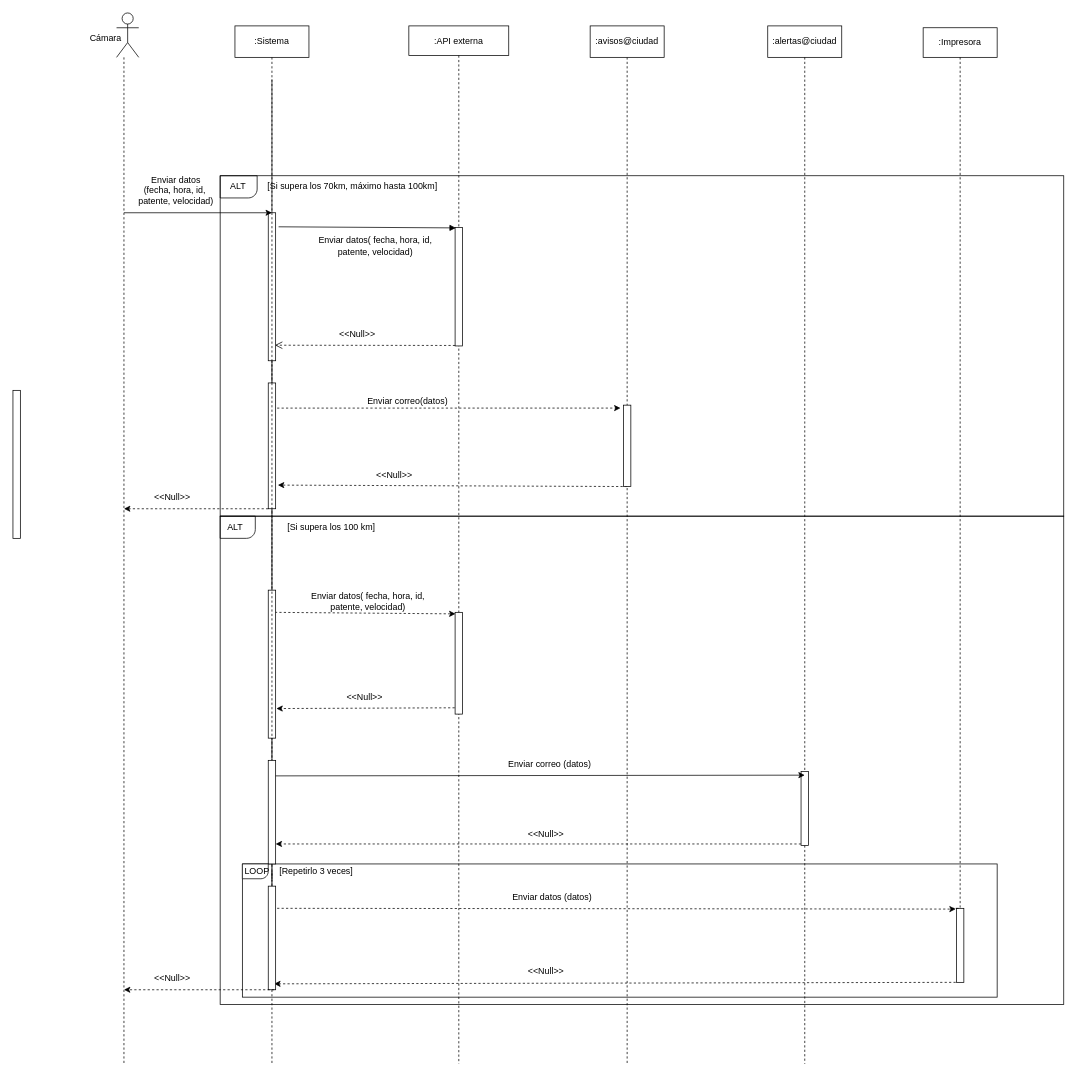
This is diagrama/Diagrama sin título.drawio from Tomas123-alt/izo-isw1-tpds, a draw.io file, before an edit. Source tidied: cells renumbered, new cells numbered last; positions are measured from the earlier drawing's top-left corner, leaving out a move shared by most shapes. Both pictures are drawn from the tidied source at 74%, with x=0, y=0 at pixel (13, 13).
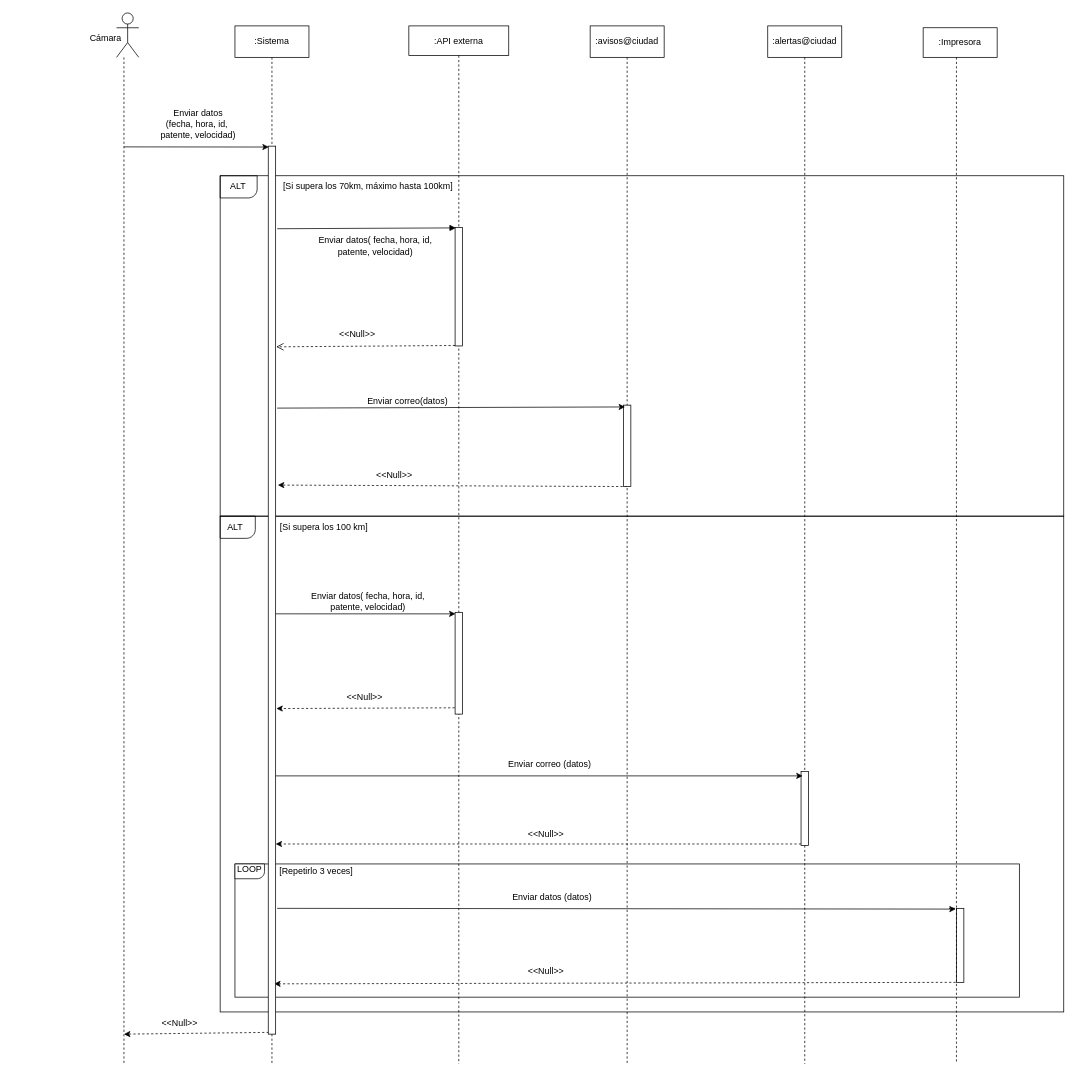
The same diagram, later.

The change refers to these unchanged cells:
```xml
<mxCell id="3" style="points=[];perimeter=orthogonalPerimeter;rounded=0;shadow=0;strokeWidth=1;" parent="2" vertex="1">
  <mxGeometry x="62.5" y="272.5" width="10" height="160" as="geometry" />
</mxCell>
<mxCell id="4" style="points=[];perimeter=orthogonalPerimeter;rounded=0;shadow=0;strokeWidth=1;" parent="2" vertex="1">
  <mxGeometry x="62.5" y="792.5" width="10" height="137.5" as="geometry" />
</mxCell>
<mxCell id="23" style="points=[];perimeter=orthogonalPerimeter;rounded=0;shadow=0;strokeWidth=1;" parent="1" vertex="1">
  <mxGeometry x="825" y="530" width="10" height="110" as="geometry" />
</mxCell>
<mxCell id="26" style="points=[];perimeter=orthogonalPerimeter;rounded=0;shadow=0;strokeWidth=1;" parent="1" vertex="1">
  <mxGeometry x="1065" y="1025" width="10" height="100" as="geometry" />
</mxCell>
<mxCell id="32" style="points=[];perimeter=orthogonalPerimeter;rounded=0;shadow=0;strokeWidth=1;" parent="1" vertex="1">
  <mxGeometry x="1275" y="1210" width="10" height="100" as="geometry" />
</mxCell>
<mxCell id="44" value=":Sistema" style="rounded=0;whiteSpace=wrap;html=1;arcSize=0;" parent="1" vertex="1">
  <mxGeometry x="300" y="17.5" width="100" height="42.5" as="geometry" />
</mxCell>
```

Change to the diagram source:
```diff
@@
-    <mxCell id="6" style="verticalAlign=bottom;endArrow=open;dashed=1;endSize=8;shadow=0;strokeWidth=1;entryX=0.9;entryY=0.895;entryDx=0;entryDy=0;entryPerimeter=0;exitX=0;exitY=0.996;exitDx=0;exitDy=0;exitPerimeter=0;fontSize=12;rounded=0;" parent="1" edge="1" source="3" target="45">
+    <mxCell id="6" style="verticalAlign=bottom;endArrow=open;dashed=1;endSize=8;shadow=0;strokeWidth=1;entryX=1.071;entryY=0.226;entryDx=0;entryDy=0;entryPerimeter=0;exitX=0;exitY=0.996;exitDx=0;exitDy=0;exitPerimeter=0;fontSize=12;rounded=0;" parent="1" edge="1" source="3" target="45">
       <mxGeometry relative="1" as="geometry" />
     </mxCell>
-    <mxCell id="7" style="verticalAlign=bottom;endArrow=block;shadow=0;strokeWidth=1;entryX=0.1;entryY=0.003;entryDx=0;entryDy=0;entryPerimeter=0;exitX=1.4;exitY=0.095;exitDx=0;exitDy=0;exitPerimeter=0;" parent="1" edge="1" source="45" target="3">
+    <mxCell id="7" style="verticalAlign=bottom;endArrow=block;shadow=0;strokeWidth=1;entryX=0.1;entryY=0.003;entryDx=0;entryDy=0;entryPerimeter=0;exitX=1.214;exitY=0.093;exitDx=0;exitDy=0;exitPerimeter=0;" parent="1" edge="1" source="45" target="3">
       <mxGeometry relative="1" as="geometry" />
     </mxCell>
@@
     <mxCell id="10" style="rounded=0;whiteSpace=wrap;html=1;shadow=0;fontSize=12;fillColor=none;" parent="1" vertex="1">
-      <mxGeometry x="280" y="680" width="1140" height="660" as="geometry" />
+      <mxGeometry x="280" y="680" width="1140" height="670" as="geometry" />
     </mxCell>
@@
     <mxCell id="12" value="Enviar datos&lt;br&gt;(fecha, hora, id,&amp;nbsp;&lt;br&gt;patente, velocidad)" style="text;html=1;align=center;verticalAlign=middle;strokeColor=none;fillColor=none;" parent="1" vertex="1">
-      <mxGeometry x="160" y="210" width="120" height="60" as="geometry" />
+      <mxGeometry x="190" y="120" width="120" height="60" as="geometry" />
     </mxCell>
     <mxCell id="13" value="&lt;div style=&quot;text-align: left;&quot;&gt;[Si supera los 70km, máximo hasta 100km]&lt;/div&gt;" style="text;html=1;strokeColor=none;fillColor=none;align=center;verticalAlign=middle;whiteSpace=wrap;rounded=0;shadow=0;fontSize=12;" parent="1" vertex="1">
-      <mxGeometry x="323.8" y="220" width="270" height="30" as="geometry" />
+      <mxGeometry x="345" y="220" width="270" height="30" as="geometry" />
     </mxCell>
@@
+    <mxCell id="17" style="rounded=0;whiteSpace=wrap;html=1;shadow=0;fontSize=12;fillColor=none;" parent="1" vertex="1">
+      <mxGeometry x="280" y="220" width="1140" height="460" as="geometry" />
+    </mxCell>
@@
-    <mxCell id="17" style="rounded=0;whiteSpace=wrap;html=1;shadow=0;fontSize=12;fillColor=none;" parent="1" vertex="1">
-      <mxGeometry x="280" y="220" width="1140" height="460" as="geometry" />
-    </mxCell>
@@
-    <mxCell id="22" style="endArrow=classic;html=1;rounded=0;dashed=1;exitX=0.5;exitY=1;exitDx=0;exitDy=0;exitPerimeter=0;entryX=1.3;entryY=0.812;entryDx=0;entryDy=0;entryPerimeter=0;" parent="1" edge="1" source="23" target="47">
-      <mxGeometry relative="1" as="geometry" />
+    <mxCell id="22" style="endArrow=classic;html=1;rounded=0;dashed=1;exitX=0.5;exitY=1;exitDx=0;exitDy=0;exitPerimeter=0;entryX=1.3;entryY=0.812;entryDx=0;entryDy=0;entryPerimeter=0;" parent="1" edge="1" source="23">
+      <mxGeometry relative="1" as="geometry">
+        <mxPoint x="358" y="638" as="targetPoint" />
+      </mxGeometry>
     </mxCell>
@@
-    <mxCell id="28" style="endArrow=classic;html=1;rounded=0;fontSize=12;exitX=0;exitY=0.98;exitDx=0;exitDy=0;exitPerimeter=0;dashed=1;entryX=1;entryY=0.807;entryDx=0;entryDy=0;entryPerimeter=0;" parent="1" edge="1" source="26" target="50">
-      <mxGeometry relative="1" as="geometry" />
+    <mxCell id="28" style="endArrow=classic;html=1;rounded=0;fontSize=12;exitX=0;exitY=0.98;exitDx=0;exitDy=0;exitPerimeter=0;dashed=1;entryX=1;entryY=0.807;entryDx=0;entryDy=0;entryPerimeter=0;" parent="1" edge="1" source="26">
+      <mxGeometry relative="1" as="geometry">
+        <mxPoint x="355" y="1123" as="targetPoint" />
+      </mxGeometry>
     </mxCell>
@@
-    <mxCell id="31" style="perimeter=orthogonalPerimeter;rounded=0;shadow=0;strokeWidth=1;" parent="1" vertex="1">
-      <mxGeometry y="510" width="10" height="200" as="geometry" />
-    </mxCell>
@@
-    <mxCell id="33" style="edgeStyle=orthogonalEdgeStyle;rounded=0;jettySize=auto;html=1;exitX=0.5;exitY=1;exitDx=0;exitDy=0;dashed=1;endArrow=none;endFill=0;" parent="1" edge="1" target="32">
+    <mxCell id="33" style="edgeStyle=orthogonalEdgeStyle;rounded=0;orthogonalLoop=1;jettySize=auto;html=1;exitX=0.5;exitY=1;exitDx=0;exitDy=0;dashed=1;endArrow=none;endFill=0;" parent="1" edge="1">
       <mxGeometry relative="1" as="geometry">
-        <mxPoint x="1280" y="60" as="sourcePoint" />
+        <mxPoint x="1275" y="60" as="sourcePoint" />
+        <mxPoint x="1275" y="1420" as="targetPoint" />
         <Array as="points">
-          <mxPoint x="1270" y="1210" />
-          <mxPoint x="1270" y="1210" />
+          <mxPoint x="1265" y="1210" />
+          <mxPoint x="1265" y="1210" />
         </Array>
       </mxGeometry>
     </mxCell>
@@
     <mxCell id="35" style="rounded=0;whiteSpace=wrap;html=1;fontSize=12;fillColor=none;" parent="1" vertex="1">
-      <mxGeometry x="310" y="1150" width="1020" height="180" as="geometry" />
+      <mxGeometry x="300" y="1150" width="1060" height="180" as="geometry" />
     </mxCell>
@@
-    <mxCell id="40" style="endArrow=classic;html=1;rounded=0;dashed=1;fontSize=12;entryX=0.05;entryY=0.015;entryDx=0;entryDy=0;entryPerimeter=0;exitX=0.9;exitY=0.15;exitDx=0;exitDy=0;exitPerimeter=0;" parent="1" edge="1" source="49" target="4">
-      <mxGeometry relative="1" as="geometry" />
+    <mxCell id="40" style="endArrow=classic;html=1;rounded=0;fontSize=12;entryX=0.05;entryY=0.015;entryDx=0;entryDy=0;entryPerimeter=0;exitX=0.9;exitY=0.139;exitDx=0;exitDy=0;exitPerimeter=0;" parent="1" edge="1" target="4">
+      <mxGeometry relative="1" as="geometry">
+        <mxPoint x="354" y="812" as="sourcePoint" />
+      </mxGeometry>
     </mxCell>
-    <mxCell id="41" style="endArrow=classic;html=1;rounded=0;fontSize=12;exitX=0.9;exitY=0.15;exitDx=0;exitDy=0;exitPerimeter=0;entryX=0.5;entryY=0.05;entryDx=0;entryDy=0;entryPerimeter=0;" parent="1" edge="1" source="50" target="26">
-      <mxGeometry relative="1" as="geometry" />
+    <mxCell id="41" style="endArrow=classic;html=1;rounded=0;fontSize=12;exitX=0.9;exitY=0.15;exitDx=0;exitDy=0;exitPerimeter=0;entryX=0.214;entryY=0.06;entryDx=0;entryDy=0;entryPerimeter=0;" parent="1" edge="1" target="26">
+      <mxGeometry relative="1" as="geometry">
+        <mxPoint x="354" y="1031" as="sourcePoint" />
+      </mxGeometry>
     </mxCell>
@@
-    <mxCell id="43" style="edgeStyle=orthogonalEdgeStyle;rounded=0;jettySize=auto;html=1;exitX=0.5;exitY=1;exitDx=0;exitDy=0;dashed=1;fontSize=12;endArrow=none;endFill=0;startArrow=none;" parent="1" edge="1" source="53">
-      <mxGeometry relative="1" as="geometry">
-        <mxPoint x="350" y="1319" as="targetPoint" />
-        <Array as="points">
-          <mxPoint x="350" y="90" />
-          <mxPoint x="350" y="90" />
-        </Array>
-      </mxGeometry>
-    </mxCell>
+    <mxCell id="67" style="edgeStyle=orthogonalEdgeStyle;rounded=0;jettySize=auto;html=1;dashed=1;endArrow=none;endFill=0;" parent="1" edge="1" source="44">
+      <mxGeometry relative="1" as="geometry">
+        <mxPoint x="350" y="1420" as="targetPoint" />
+      </mxGeometry>
+    </mxCell>
@@
-    <mxCell id="45" style="points=[];perimeter=orthogonalPerimeter;rounded=0;shadow=0;strokeWidth=1;" parent="1" vertex="1">
-      <mxGeometry x="345" y="270" width="10" height="200" as="geometry" />
-    </mxCell>
-    <mxCell id="46" style="edgeStyle=orthogonalEdgeStyle;rounded=0;jettySize=auto;exitX=0.5;exitY=1;exitDx=0;exitDy=0;dashed=1;fontSize=12;endArrow=none;endFill=0;fontColor=default;labelBackgroundColor=none;" parent="1" edge="1" source="44">
-      <mxGeometry relative="1" as="geometry">
-        <mxPoint x="350" y="1420" as="targetPoint" />
-      </mxGeometry>
-    </mxCell>
-    <mxCell id="47" style="points=[];perimeter=orthogonalPerimeter;rounded=0;shadow=0;strokeWidth=1;" parent="1" vertex="1">
-      <mxGeometry x="345" y="500" width="10" height="170" as="geometry" />
-    </mxCell>
-    <mxCell id="48" style="endArrow=classic;html=1;rounded=0;dashed=1;fontSize=12;exitX=1.2;exitY=0.2;exitDx=0;exitDy=0;exitPerimeter=0;entryX=-0.4;entryY=0.036;entryDx=0;entryDy=0;entryPerimeter=0;" parent="1" edge="1" source="47" target="23">
-      <mxGeometry relative="1" as="geometry" />
+    <mxCell id="48" style="endArrow=classic;html=1;rounded=0;fontSize=12;exitX=1.2;exitY=0.2;exitDx=0;exitDy=0;exitPerimeter=0;entryX=0.214;entryY=0.022;entryDx=0;entryDy=0;entryPerimeter=0;" parent="1" edge="1" target="23">
+      <mxGeometry relative="1" as="geometry">
+        <mxPoint x="357" y="534" as="sourcePoint" />
+      </mxGeometry>
     </mxCell>
-    <mxCell id="49" style="points=[];perimeter=orthogonalPerimeter;rounded=0;shadow=0;strokeWidth=1;" parent="1" vertex="1">
-      <mxGeometry x="345" y="780" width="10" height="200" as="geometry" />
-    </mxCell>
-    <mxCell id="50" style="points=[];perimeter=orthogonalPerimeter;rounded=0;shadow=0;strokeWidth=1;" parent="1" vertex="1">
-      <mxGeometry x="345" y="1010" width="10" height="140" as="geometry" />
-    </mxCell>
-    <mxCell id="51" style="edgeStyle=orthogonalEdgeStyle;rounded=0;jettySize=auto;html=1;exitX=0.5;exitY=1;exitDx=0;exitDy=0;dashed=1;fontSize=12;endArrow=none;endFill=0;startArrow=none;strokeColor=default;" parent="1" edge="1" source="45" target="50">
-      <mxGeometry relative="1" as="geometry" />
-    </mxCell>
-    <mxCell id="52" style="endArrow=classic;html=1;rounded=0;dashed=1;fontSize=12;entryX=-0.1;entryY=0.01;entryDx=0;entryDy=0;entryPerimeter=0;exitX=1.2;exitY=0.214;exitDx=0;exitDy=0;exitPerimeter=0;" parent="1" edge="1" source="53" target="32">
-      <mxGeometry relative="1" as="geometry" />
+    <mxCell id="52" style="endArrow=classic;html=1;rounded=0;fontSize=12;entryX=-0.1;entryY=0.01;entryDx=0;entryDy=0;entryPerimeter=0;exitX=1.2;exitY=0.214;exitDx=0;exitDy=0;exitPerimeter=0;" parent="1" edge="1" target="32">
+      <mxGeometry relative="1" as="geometry">
+        <mxPoint x="357" y="1210" as="sourcePoint" />
+      </mxGeometry>
     </mxCell>
-    <mxCell id="53" style="points=[];perimeter=orthogonalPerimeter;rounded=0;shadow=0;strokeWidth=1;" parent="1" vertex="1">
-      <mxGeometry x="345" y="1180" width="10" height="140" as="geometry" />
-    </mxCell>
-    <mxCell id="54" style="edgeStyle=orthogonalEdgeStyle;rounded=0;jettySize=auto;html=1;exitX=0.5;exitY=1;exitDx=0;exitDy=0;dashed=1;fontSize=12;endArrow=none;endFill=0;startArrow=none;" parent="1" edge="1" source="50" target="53">
-      <mxGeometry relative="1" as="geometry" />
+    <mxCell id="54" style="edgeStyle=orthogonalEdgeStyle;rounded=0;orthogonalLoop=1;jettySize=auto;html=1;exitX=0.5;exitY=1;exitDx=0;exitDy=0;dashed=1;fontSize=12;endArrow=none;endFill=0;startArrow=none;" parent="1" edge="1">
+      <mxGeometry relative="1" as="geometry">
+        <mxPoint x="350" y="1150" as="sourcePoint" />
+        <mxPoint x="350" y="1180" as="targetPoint" />
+      </mxGeometry>
     </mxCell>
@@
     <mxCell id="58" value="[Si supera los 100 km]" style="text;html=1;align=center;verticalAlign=middle;strokeColor=none;fillColor=none;fontSize=12;" parent="1" vertex="1">
-      <mxGeometry x="360" y="680" width="140" height="30" as="geometry" />
+      <mxGeometry x="350" y="680" width="140" height="30" as="geometry" />
     </mxCell>
     <mxCell id="59" style="verticalLabelPosition=bottom;verticalAlign=top;html=1;shape=mxgraph.basic.corner_round_rect;dx=6;direction=west;" parent="1" vertex="1">
-      <mxGeometry x="310" y="1150" width="35" height="20" as="geometry" />
+      <mxGeometry x="300" y="1150" width="40" height="20" as="geometry" />
     </mxCell>
     <mxCell id="60" value="LOOP" style="text;html=1;strokeColor=none;fillColor=none;align=center;verticalAlign=middle;whiteSpace=wrap;rounded=0;" parent="1" vertex="1">
-      <mxGeometry x="300" y="1145" width="60" height="30" as="geometry" />
+      <mxGeometry x="290" y="1145" width="60" height="25" as="geometry" />
     </mxCell>
@@
-    <mxCell id="62" style="endArrow=classic;html=1;rounded=0;" parent="1" edge="1">
+    <mxCell id="62" style="endArrow=classic;html=1;rounded=0;entryX=0.071;entryY=0.001;entryDx=0;entryDy=0;entryPerimeter=0;" parent="1" edge="1" target="45">
       <mxGeometry relative="1" as="geometry">
-        <mxPoint x="150" y="270" as="sourcePoint" />
-        <mxPoint x="350" y="270" as="targetPoint" />
+        <mxPoint x="150" y="181" as="sourcePoint" />
       </mxGeometry>
     </mxCell>
-    <mxCell id="63" style="endArrow=classic;html=1;rounded=0;dashed=1;" parent="1" edge="1">
-      <mxGeometry relative="1" as="geometry">
-        <mxPoint x="345" y="670" as="sourcePoint" />
-        <mxPoint x="150" y="670" as="targetPoint" />
-      </mxGeometry>
-    </mxCell>
-    <mxCell id="64" style="endArrow=classic;html=1;rounded=0;dashed=1;exitX=0.8;exitY=1;exitDx=0;exitDy=0;exitPerimeter=0;" parent="1" edge="1" source="53">
+    <mxCell id="64" style="endArrow=classic;html=1;rounded=0;dashed=1;exitX=0.071;exitY=0.998;exitDx=0;exitDy=0;exitPerimeter=0;" parent="1" edge="1" source="45">
       <mxGeometry relative="1" as="geometry">
-        <mxPoint x="150" y="1320" as="targetPoint" />
+        <mxPoint x="150" y="1380" as="targetPoint" />
       </mxGeometry>
     </mxCell>
-    <mxCell id="65" value="&amp;lt;&amp;lt;Null&amp;gt;&amp;gt;" style="text;html=1;align=center;verticalAlign=middle;strokeColor=none;fillColor=none;fontSize=12;" parent="1" vertex="1">
-      <mxGeometry x="180" y="640" width="70" height="30" as="geometry" />
-    </mxCell>
+    <mxCell id="45" style="points=[];perimeter=orthogonalPerimeter;rounded=0;shadow=0;strokeWidth=1;" parent="1" vertex="1">
+      <mxGeometry x="345" y="180" width="10" height="1200" as="geometry" />
+    </mxCell>
     <mxCell id="66" value="&amp;lt;&amp;lt;Null&amp;gt;&amp;gt;" style="text;html=1;align=center;verticalAlign=middle;strokeColor=none;fillColor=none;fontSize=12;" parent="1" vertex="1">
-      <mxGeometry x="180" y="1290" width="70" height="30" as="geometry" />
+      <mxGeometry x="190" y="1350" width="70" height="30" as="geometry" />
     </mxCell>
```
